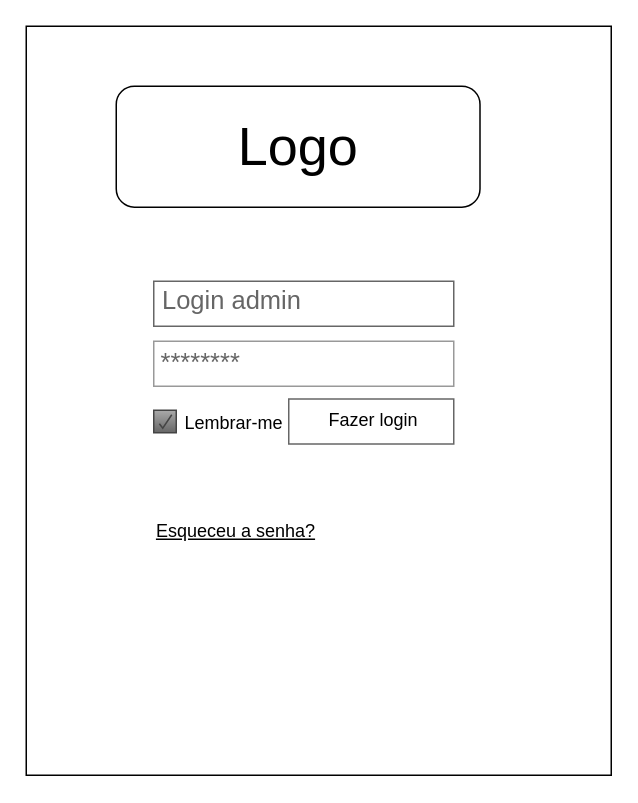
The draw.io diagram page "9.1 Admin Login" (21 of 22) of wireframe.drawio in pdaambrosio/dh_group_5, before the edit. Source tidied: cells renumbered, new cells numbered last; positions are measured from the earlier drawing's top-left corner, leaving out a move shared by most shapes. Both pictures are drawn from the tidied source at 150%, with x=0, y=0 at pixel (26, 26).
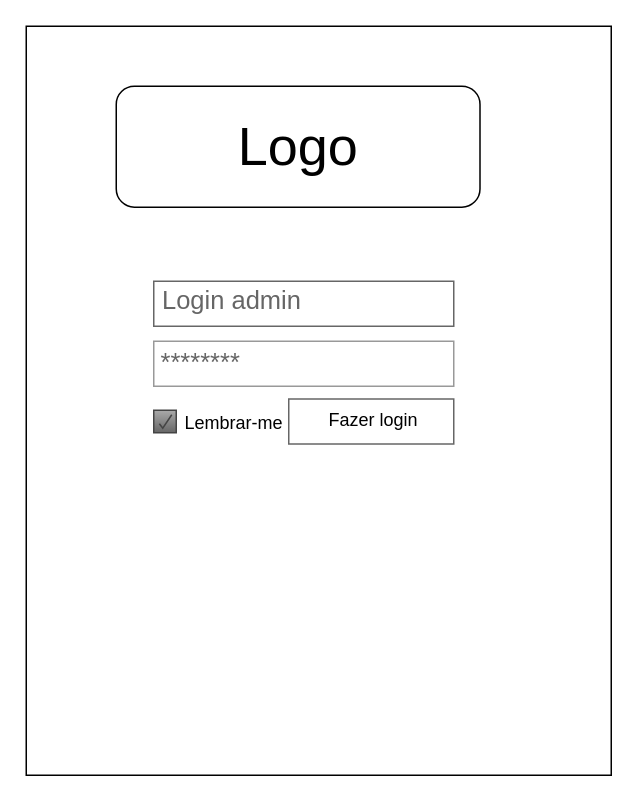
The same page after the edit.

What changed in the source:
```diff
@@
 <mxGraphModel>
   <root>
     <mxCell id="0" />
     <mxCell id="1" parent="0" />
     <mxCell id="2" style="verticalLabelPosition=bottom;verticalAlign=top;html=1;shape=mxgraph.basic.rect;fillColor2=none;strokeWidth=1;size=20;indent=5;labelBackgroundColor=#FFFFFF;fontSize=19;align=left;" parent="1" vertex="1">
       <mxGeometry width="390" height="499.4" as="geometry" />
     </mxCell>
     <mxCell id="3" value="********" style="strokeWidth=1;shadow=0;dashed=0;align=center;html=1;shape=mxgraph.mockup.forms.pwField;strokeColor=#999999;mainText=;align=left;fontColor=#666666;fontSize=17;spacingLeft=3;" parent="1" vertex="1">
       <mxGeometry x="85" y="210" width="200" height="30" as="geometry" />
     </mxCell>
     <mxCell id="4" value="Login admin" style="strokeWidth=1;shadow=0;dashed=0;align=center;html=1;shape=mxgraph.mockup.text.textBox;fontColor=#666666;align=left;fontSize=17;spacingLeft=4;spacingTop=-3;strokeColor=#666666;mainText=;" parent="1" vertex="1">
       <mxGeometry x="85" y="170" width="200" height="30" as="geometry" />
     </mxCell>
     <mxCell id="5" value="&lt;font style=&quot;font-size: 36px&quot;&gt;Logo&lt;/font&gt;" style="rounded=1;whiteSpace=wrap;html=1;" parent="1" vertex="1">
       <mxGeometry x="60" y="40" width="242.5" height="80.6" as="geometry" />
     </mxCell>
     <mxCell id="6" value="&lt;font style=&quot;font-size: 12px&quot;&gt;Lembrar-me&lt;/font&gt;" style="strokeWidth=1;shadow=0;dashed=0;align=center;html=1;shape=mxgraph.mockup.forms.checkbox;rSize=0;fillColor=#aaaaaa;strokeColor=#444444;gradientColor=#666666;align=left;spacingLeft=4;fontSize=17;labelPosition=right;" parent="1" vertex="1">
       <mxGeometry x="85" y="256" width="15" height="15" as="geometry" />
     </mxCell>
     <mxCell id="7" value="&lt;font style=&quot;font-size: 12px&quot;&gt;Fazer login&lt;/font&gt;" style="strokeWidth=1;shadow=0;dashed=0;align=center;html=1;shape=mxgraph.mockup.text.textBox;align=left;fontSize=17;spacingLeft=25;spacingTop=-3;strokeColor=#666666;mainText=;" parent="1" vertex="1">
       <mxGeometry x="175" y="248.5" width="110" height="30" as="geometry" />
     </mxCell>
-    <mxCell id="8" value="&lt;font style=&quot;font-size: 12px&quot;&gt;&lt;u&gt;Esqueceu a senha?&lt;/u&gt;&lt;/font&gt;" style="text;html=1;strokeColor=none;fillColor=none;align=center;verticalAlign=middle;whiteSpace=wrap;rounded=0;labelBackgroundColor=#FFFFFF;fontSize=15;fontColor=#000000;" parent="1" vertex="1">
-      <mxGeometry x="60" y="310" width="160" height="50" as="geometry" />
-    </mxCell>
   </root>
 </mxGraphModel>
```
